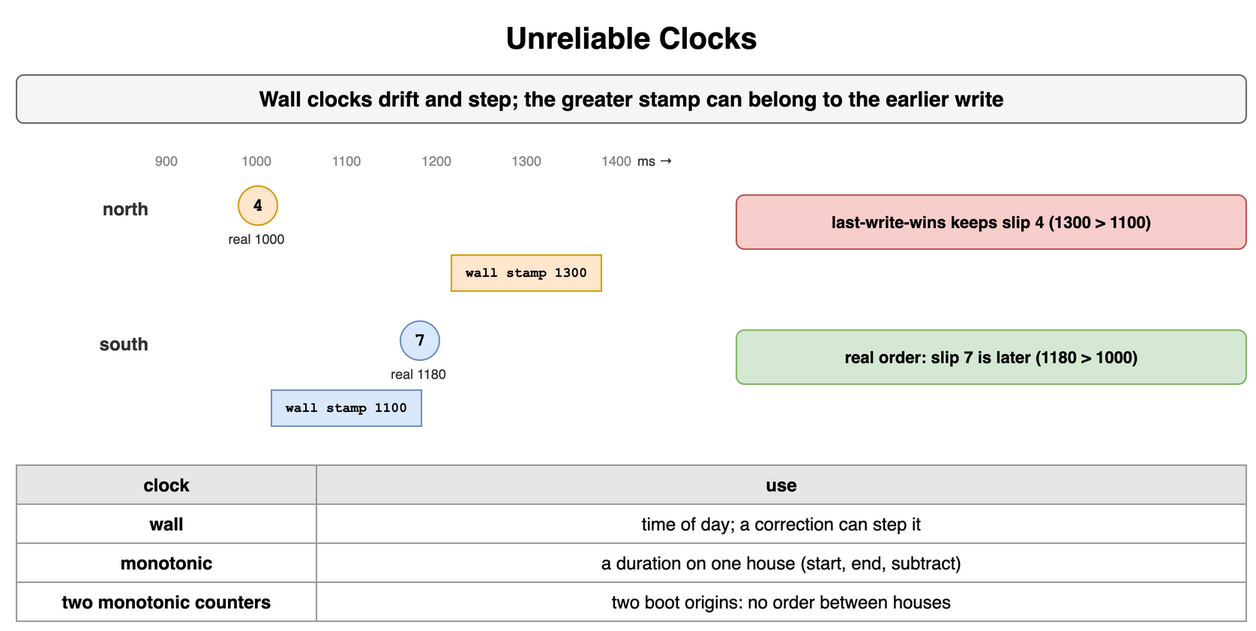
Earlier version of the draw.io export content/09_System_Design_Interview/15_Distributed_System_Failure_Modes/diagrams/failure-modes-4-unreliable-clocks.png (amendez13/swe-study-guide). Source tidied: cells renumbered, new cells last; positions are measured from the earlier drawing's top-left corner, leaving out a move shared by most shapes. Source of this version:
```xml
<mxGraphModel>
  <root>
    <mxCell id="0" />
    <mxCell id="1" parent="0" />
    <mxCell id="2" value="Unreliable Clocks" style="text;html=1;align=center;verticalAlign=middle;whiteSpace=wrap;fontSize=20;fontStyle=1;" parent="1" vertex="1">
      <mxGeometry width="820" height="30" as="geometry" />
    </mxCell>
    <mxCell id="3" value="Wall clocks drift and step; the greater stamp can belong to the earlier write" style="rounded=1;whiteSpace=wrap;html=1;fillColor=#f5f5f5;strokeColor=#666666;fontStyle=1;fontSize=14;" parent="1" vertex="1">
      <mxGeometry y="40" width="820" height="32" as="geometry" />
    </mxCell>
    <mxCell id="4" value="900" style="text;html=1;whiteSpace=wrap;fontSize=11;align=center;verticalAlign=middle;fontSize=9;fontColor=#888;" parent="1" vertex="1">
      <mxGeometry x="85" y="90" width="30" height="14" as="geometry" />
    </mxCell>
    <mxCell id="5" value="1000" style="text;html=1;whiteSpace=wrap;fontSize=11;align=center;verticalAlign=middle;fontSize=9;fontColor=#888;" parent="1" vertex="1">
      <mxGeometry x="145" y="90" width="30" height="14" as="geometry" />
    </mxCell>
    <mxCell id="6" value="1100" style="text;html=1;whiteSpace=wrap;fontSize=11;align=center;verticalAlign=middle;fontSize=9;fontColor=#888;" parent="1" vertex="1">
      <mxGeometry x="205" y="90" width="30" height="14" as="geometry" />
    </mxCell>
    <mxCell id="7" value="1200" style="text;html=1;whiteSpace=wrap;fontSize=11;align=center;verticalAlign=middle;fontSize=9;fontColor=#888;" parent="1" vertex="1">
      <mxGeometry x="265" y="90" width="30" height="14" as="geometry" />
    </mxCell>
    <mxCell id="8" value="1300" style="text;html=1;whiteSpace=wrap;fontSize=11;align=center;verticalAlign=middle;fontSize=9;fontColor=#888;" parent="1" vertex="1">
      <mxGeometry x="325" y="90" width="30" height="14" as="geometry" />
    </mxCell>
    <mxCell id="9" value="1400" style="text;html=1;whiteSpace=wrap;fontSize=11;align=center;verticalAlign=middle;fontSize=9;fontColor=#888;" parent="1" vertex="1">
      <mxGeometry x="385" y="90" width="30" height="14" as="geometry" />
    </mxCell>
    <mxCell id="10" value="north" style="text;html=1;whiteSpace=wrap;fontSize=11;align=right;verticalAlign=middle;fontSize=12;fontColor=#333333;fontStyle=1;" parent="1" vertex="1">
      <mxGeometry y="114" width="90" height="30" as="geometry" />
    </mxCell>
    <mxCell id="11" value="4" style="ellipse;whiteSpace=wrap;html=1;fontStyle=1;fontSize=12;fontFamily=Courier New;fillColor=#ffe6cc;strokeColor=#d79b00;" parent="1" vertex="1">
      <mxGeometry x="148" y="114" width="26" height="26" as="geometry" />
    </mxCell>
    <mxCell id="12" value="real 1000" style="text;html=1;whiteSpace=wrap;fontSize=11;align=center;verticalAlign=middle;fontSize=9;fontColor=#333333;" parent="1" vertex="1">
      <mxGeometry x="130" y="142" width="60" height="14" as="geometry" />
    </mxCell>
    <mxCell id="13" value="wall stamp 1300" style="rounded=0;whiteSpace=wrap;html=1;fontFamily=Courier New;fontStyle=1;fontSize=13;fillColor=#ffe6cc;strokeColor=#d79b00;fontSize=9;" parent="1" vertex="1">
      <mxGeometry x="290" y="160" width="100" height="24" as="geometry" />
    </mxCell>
    <mxCell id="14" value="south" style="text;html=1;whiteSpace=wrap;fontSize=11;align=right;verticalAlign=middle;fontSize=12;fontColor=#333333;fontStyle=1;" parent="1" vertex="1">
      <mxGeometry y="204" width="90" height="30" as="geometry" />
    </mxCell>
    <mxCell id="15" value="7" style="ellipse;whiteSpace=wrap;html=1;fontStyle=1;fontSize=12;fontFamily=Courier New;fillColor=#dae8fc;strokeColor=#6c8ebf;" parent="1" vertex="1">
      <mxGeometry x="256" y="204" width="26" height="26" as="geometry" />
    </mxCell>
    <mxCell id="16" value="real 1180" style="text;html=1;whiteSpace=wrap;fontSize=11;align=center;verticalAlign=middle;fontSize=9;fontColor=#333333;" parent="1" vertex="1">
      <mxGeometry x="238" y="232" width="60" height="14" as="geometry" />
    </mxCell>
    <mxCell id="17" value="wall stamp 1100" style="rounded=0;whiteSpace=wrap;html=1;fontFamily=Courier New;fontStyle=1;fontSize=13;fillColor=#dae8fc;strokeColor=#6c8ebf;fontSize=9;" parent="1" vertex="1">
      <mxGeometry x="170" y="250" width="100" height="24" as="geometry" />
    </mxCell>
    <mxCell id="18" value="ms →" style="text;html=1;whiteSpace=wrap;fontSize=11;align=left;verticalAlign=middle;fontSize=9;fontColor=#333333;" parent="1" vertex="1">
      <mxGeometry x="412" y="90" width="60" height="14" as="geometry" />
    </mxCell>
    <mxCell id="19" value="last-write-wins keeps slip 4 (1300 &gt; 1100)" style="rounded=1;whiteSpace=wrap;html=1;fillColor=#f8cecc;strokeColor=#b85450;fontSize=11;align=center;fontStyle=1;" parent="1" vertex="1">
      <mxGeometry x="480" y="120" width="340" height="36" as="geometry" />
    </mxCell>
    <mxCell id="20" value="real order: slip 7 is later (1180 &gt; 1000)" style="rounded=1;whiteSpace=wrap;html=1;fillColor=#d5e8d4;strokeColor=#82b366;fontSize=11;align=center;fontStyle=1;" parent="1" vertex="1">
      <mxGeometry x="480" y="210" width="340" height="36" as="geometry" />
    </mxCell>
    <mxCell id="21" value="clock" style="whiteSpace=wrap;html=1;fillColor=#e6e6e6;strokeColor=#999999;fontStyle=1;fontSize=12;" parent="1" vertex="1">
      <mxGeometry y="300" width="200" height="26" as="geometry" />
    </mxCell>
    <mxCell id="22" value="use" style="whiteSpace=wrap;html=1;fillColor=#e6e6e6;strokeColor=#999999;fontStyle=1;fontSize=12;" parent="1" vertex="1">
      <mxGeometry x="200" y="300" width="620" height="26" as="geometry" />
    </mxCell>
    <mxCell id="23" value="wall" style="whiteSpace=wrap;html=1;strokeColor=#999999;fontSize=12;fillColor=#ffffff;fontStyle=1;" parent="1" vertex="1">
      <mxGeometry y="326" width="200" height="26" as="geometry" />
    </mxCell>
    <mxCell id="24" value="time of day; a correction can step it" style="whiteSpace=wrap;html=1;strokeColor=#999999;fontSize=12;fillColor=#ffffff;" parent="1" vertex="1">
      <mxGeometry x="200" y="326" width="620" height="26" as="geometry" />
    </mxCell>
    <mxCell id="25" value="monotonic" style="whiteSpace=wrap;html=1;strokeColor=#999999;fontSize=12;fillColor=#ffffff;fontStyle=1;" parent="1" vertex="1">
      <mxGeometry y="352" width="200" height="26" as="geometry" />
    </mxCell>
    <mxCell id="26" value="a duration on one house (start, end, subtract)" style="whiteSpace=wrap;html=1;strokeColor=#999999;fontSize=12;fillColor=#ffffff;" parent="1" vertex="1">
      <mxGeometry x="200" y="352" width="620" height="26" as="geometry" />
    </mxCell>
    <mxCell id="27" value="two monotonic counters" style="whiteSpace=wrap;html=1;strokeColor=#999999;fontSize=12;fillColor=#ffffff;fontStyle=1;" parent="1" vertex="1">
      <mxGeometry y="378" width="200" height="26" as="geometry" />
    </mxCell>
    <mxCell id="28" value="two boot origins: no order between houses" style="whiteSpace=wrap;html=1;strokeColor=#999999;fontSize=12;fillColor=#ffffff;" parent="1" vertex="1">
      <mxGeometry x="200" y="378" width="620" height="26" as="geometry" />
    </mxCell>
  </root>
</mxGraphModel>
```
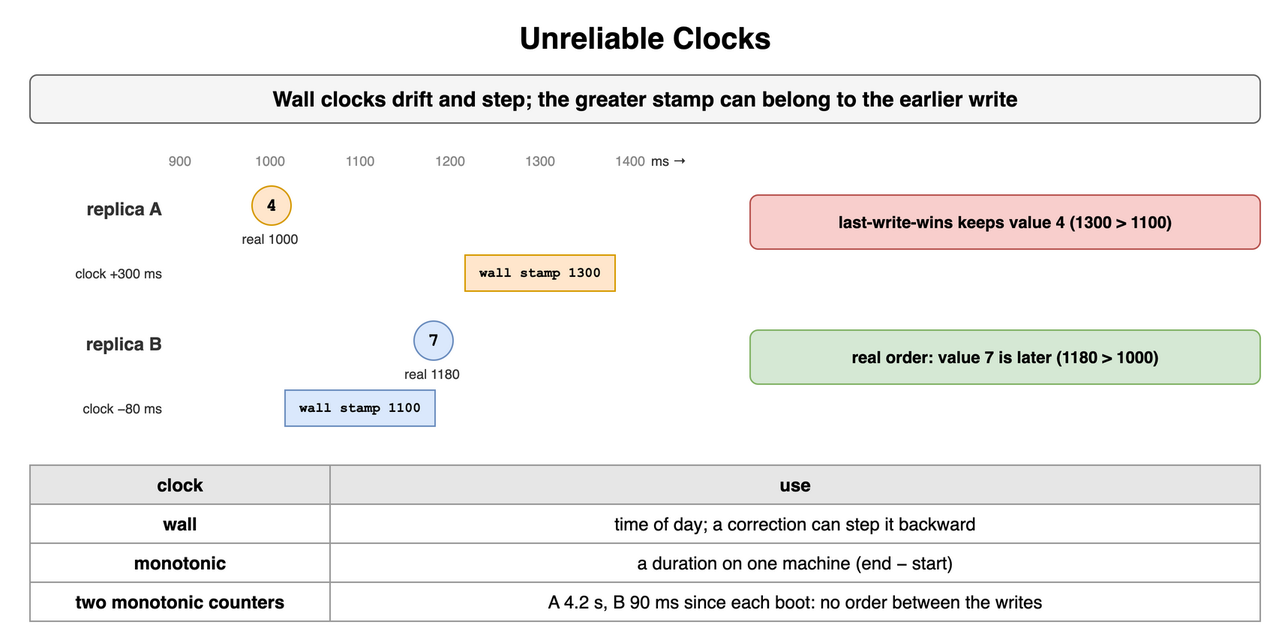
The same diagram one commit later.

Diff of the diagram source:
```diff
@@ -26,8 +26,8 @@
     <mxCell id="9" value="1400" style="text;html=1;whiteSpace=wrap;fontSize=11;align=center;verticalAlign=middle;fontSize=9;fontColor=#888;" parent="1" vertex="1">
       <mxGeometry x="385" y="90" width="30" height="14" as="geometry" />
     </mxCell>
-    <mxCell id="10" value="north" style="text;html=1;whiteSpace=wrap;fontSize=11;align=right;verticalAlign=middle;fontSize=12;fontColor=#333333;fontStyle=1;" parent="1" vertex="1">
-      <mxGeometry y="114" width="90" height="30" as="geometry" />
+    <mxCell id="10" value="replica A" style="text;html=1;whiteSpace=wrap;fontSize=11;align=right;verticalAlign=middle;fontSize=12;fontColor=#333333;fontStyle=1;" parent="1" vertex="1">
+      <mxGeometry x="-10" y="114" width="100" height="30" as="geometry" />
     </mxCell>
     <mxCell id="11" value="4" style="ellipse;whiteSpace=wrap;html=1;fontStyle=1;fontSize=12;fontFamily=Courier New;fillColor=#ffe6cc;strokeColor=#d79b00;" parent="1" vertex="1">
       <mxGeometry x="148" y="114" width="26" height="26" as="geometry" />
@@ -38,50 +38,56 @@
     <mxCell id="13" value="wall stamp 1300" style="rounded=0;whiteSpace=wrap;html=1;fontFamily=Courier New;fontStyle=1;fontSize=13;fillColor=#ffe6cc;strokeColor=#d79b00;fontSize=9;" parent="1" vertex="1">
       <mxGeometry x="290" y="160" width="100" height="24" as="geometry" />
     </mxCell>
-    <mxCell id="14" value="south" style="text;html=1;whiteSpace=wrap;fontSize=11;align=right;verticalAlign=middle;fontSize=12;fontColor=#333333;fontStyle=1;" parent="1" vertex="1">
-      <mxGeometry y="204" width="90" height="30" as="geometry" />
+    <mxCell id="14" value="clock +300 ms" style="text;html=1;whiteSpace=wrap;fontSize=11;align=right;verticalAlign=middle;fontSize=9;fontColor=#333333;" parent="1" vertex="1">
+      <mxGeometry x="-10" y="160" width="100" height="24" as="geometry" />
     </mxCell>
-    <mxCell id="15" value="7" style="ellipse;whiteSpace=wrap;html=1;fontStyle=1;fontSize=12;fontFamily=Courier New;fillColor=#dae8fc;strokeColor=#6c8ebf;" parent="1" vertex="1">
-      <mxGeometry x="256" y="204" width="26" height="26" as="geometry" />
+    <mxCell id="15" value="replica B" style="text;html=1;whiteSpace=wrap;fontSize=11;align=right;verticalAlign=middle;fontSize=12;fontColor=#333333;fontStyle=1;" parent="1" vertex="1">
+      <mxGeometry x="-10" y="204" width="100" height="30" as="geometry" />
     </mxCell>
-    <mxCell id="16" value="real 1180" style="text;html=1;whiteSpace=wrap;fontSize=11;align=center;verticalAlign=middle;fontSize=9;fontColor=#333333;" parent="1" vertex="1">
-      <mxGeometry x="238" y="232" width="60" height="14" as="geometry" />
+    <mxCell id="16" value="7" style="ellipse;whiteSpace=wrap;html=1;fontStyle=1;fontSize=12;fontFamily=Courier New;fillColor=#dae8fc;strokeColor=#6c8ebf;" parent="1" vertex="1">
+      <mxGeometry x="256" y="204" width="26" height="26" as="geometry" />
     </mxCell>
-    <mxCell id="17" value="wall stamp 1100" style="rounded=0;whiteSpace=wrap;html=1;fontFamily=Courier New;fontStyle=1;fontSize=13;fillColor=#dae8fc;strokeColor=#6c8ebf;fontSize=9;" parent="1" vertex="1">
-      <mxGeometry x="170" y="250" width="100" height="24" as="geometry" />
+    <mxCell id="17" value="real 1180" style="text;html=1;whiteSpace=wrap;fontSize=11;align=center;verticalAlign=middle;fontSize=9;fontColor=#333333;" parent="1" vertex="1">
+      <mxGeometry x="238" y="232" width="60" height="14" as="geometry" />
     </mxCell>
-    <mxCell id="18" value="ms →" style="text;html=1;whiteSpace=wrap;fontSize=11;align=left;verticalAlign=middle;fontSize=9;fontColor=#333333;" parent="1" vertex="1">
-      <mxGeometry x="412" y="90" width="60" height="14" as="geometry" />
+    <mxCell id="18" value="wall stamp 1100" style="rounded=0;whiteSpace=wrap;html=1;fontFamily=Courier New;fontStyle=1;fontSize=13;fillColor=#dae8fc;strokeColor=#6c8ebf;fontSize=9;" parent="1" vertex="1">
+      <mxGeometry x="170" y="250" width="100" height="24" as="geometry" />
     </mxCell>
-    <mxCell id="19" value="last-write-wins keeps slip 4 (1300 &gt; 1100)" style="rounded=1;whiteSpace=wrap;html=1;fillColor=#f8cecc;strokeColor=#b85450;fontSize=11;align=center;fontStyle=1;" parent="1" vertex="1">
-      <mxGeometry x="480" y="120" width="340" height="36" as="geometry" />
+    <mxCell id="19" value="clock −80 ms" style="text;html=1;whiteSpace=wrap;fontSize=11;align=right;verticalAlign=middle;fontSize=9;fontColor=#333333;" parent="1" vertex="1">
+      <mxGeometry x="-10" y="250" width="100" height="24" as="geometry" />
     </mxCell>
-    <mxCell id="20" value="real order: slip 7 is later (1180 &gt; 1000)" style="rounded=1;whiteSpace=wrap;html=1;fillColor=#d5e8d4;strokeColor=#82b366;fontSize=11;align=center;fontStyle=1;" parent="1" vertex="1">
-      <mxGeometry x="480" y="210" width="340" height="36" as="geometry" />
+    <mxCell id="20" value="ms →" style="text;html=1;whiteSpace=wrap;fontSize=11;align=left;verticalAlign=middle;fontSize=9;fontColor=#333333;" parent="1" vertex="1">
+      <mxGeometry x="412" y="90" width="60" height="14" as="geometry" />
     </mxCell>
-    <mxCell id="21" value="clock" style="whiteSpace=wrap;html=1;fillColor=#e6e6e6;strokeColor=#999999;fontStyle=1;fontSize=12;" parent="1" vertex="1">
-      <mxGeometry y="300" width="200" height="26" as="geometry" />
+    <mxCell id="21" value="last-write-wins keeps value 4 (1300 &gt; 1100)" style="rounded=1;whiteSpace=wrap;html=1;fillColor=#f8cecc;strokeColor=#b85450;fontSize=11;align=center;fontStyle=1;" parent="1" vertex="1">
+      <mxGeometry x="480" y="120" width="340" height="36" as="geometry" />
     </mxCell>
-    <mxCell id="22" value="use" style="whiteSpace=wrap;html=1;fillColor=#e6e6e6;strokeColor=#999999;fontStyle=1;fontSize=12;" parent="1" vertex="1">
-      <mxGeometry x="200" y="300" width="620" height="26" as="geometry" />
+    <mxCell id="22" value="real order: value 7 is later (1180 &gt; 1000)" style="rounded=1;whiteSpace=wrap;html=1;fillColor=#d5e8d4;strokeColor=#82b366;fontSize=11;align=center;fontStyle=1;" parent="1" vertex="1">
+      <mxGeometry x="480" y="210" width="340" height="36" as="geometry" />
     </mxCell>
-    <mxCell id="23" value="wall" style="whiteSpace=wrap;html=1;strokeColor=#999999;fontSize=12;fillColor=#ffffff;fontStyle=1;" parent="1" vertex="1">
-      <mxGeometry y="326" width="200" height="26" as="geometry" />
+    <mxCell id="23" value="clock" style="whiteSpace=wrap;html=1;fillColor=#e6e6e6;strokeColor=#999999;fontStyle=1;fontSize=12;" parent="1" vertex="1">
+      <mxGeometry y="300" width="200" height="26" as="geometry" />
     </mxCell>
-    <mxCell id="24" value="time of day; a correction can step it" style="whiteSpace=wrap;html=1;strokeColor=#999999;fontSize=12;fillColor=#ffffff;" parent="1" vertex="1">
-      <mxGeometry x="200" y="326" width="620" height="26" as="geometry" />
+    <mxCell id="24" value="use" style="whiteSpace=wrap;html=1;fillColor=#e6e6e6;strokeColor=#999999;fontStyle=1;fontSize=12;" parent="1" vertex="1">
+      <mxGeometry x="200" y="300" width="620" height="26" as="geometry" />
     </mxCell>
-    <mxCell id="25" value="monotonic" style="whiteSpace=wrap;html=1;strokeColor=#999999;fontSize=12;fillColor=#ffffff;fontStyle=1;" parent="1" vertex="1">
-      <mxGeometry y="352" width="200" height="26" as="geometry" />
+    <mxCell id="25" value="wall" style="whiteSpace=wrap;html=1;strokeColor=#999999;fontSize=12;fillColor=#ffffff;fontStyle=1;" parent="1" vertex="1">
+      <mxGeometry y="326" width="200" height="26" as="geometry" />
     </mxCell>
-    <mxCell id="26" value="a duration on one house (start, end, subtract)" style="whiteSpace=wrap;html=1;strokeColor=#999999;fontSize=12;fillColor=#ffffff;" parent="1" vertex="1">
-      <mxGeometry x="200" y="352" width="620" height="26" as="geometry" />
+    <mxCell id="26" value="time of day; a correction can step it backward" style="whiteSpace=wrap;html=1;strokeColor=#999999;fontSize=12;fillColor=#ffffff;" parent="1" vertex="1">
+      <mxGeometry x="200" y="326" width="620" height="26" as="geometry" />
     </mxCell>
-    <mxCell id="27" value="two monotonic counters" style="whiteSpace=wrap;html=1;strokeColor=#999999;fontSize=12;fillColor=#ffffff;fontStyle=1;" parent="1" vertex="1">
-      <mxGeometry y="378" width="200" height="26" as="geometry" />
+    <mxCell id="27" value="monotonic" style="whiteSpace=wrap;html=1;strokeColor=#999999;fontSize=12;fillColor=#ffffff;fontStyle=1;" parent="1" vertex="1">
+      <mxGeometry y="352" width="200" height="26" as="geometry" />
     </mxCell>
-    <mxCell id="28" value="two boot origins: no order between houses" style="whiteSpace=wrap;html=1;strokeColor=#999999;fontSize=12;fillColor=#ffffff;" parent="1" vertex="1">
-      <mxGeometry x="200" y="378" width="620" height="26" as="geometry" />
+    <mxCell id="28" value="a duration on one machine (end − start)" style="whiteSpace=wrap;html=1;strokeColor=#999999;fontSize=12;fillColor=#ffffff;" parent="1" vertex="1">
+      <mxGeometry x="200" y="352" width="620" height="26" as="geometry" />
     </mxCell>
+    <mxCell id="29" value="two monotonic counters" style="whiteSpace=wrap;html=1;strokeColor=#999999;fontSize=12;fillColor=#ffffff;fontStyle=1;" parent="1" vertex="1">
+      <mxGeometry y="378" width="200" height="26" as="geometry" />
+    </mxCell>
+    <mxCell id="30" value="A 4.2 s, B 90 ms since each boot: no order between the writes" style="whiteSpace=wrap;html=1;strokeColor=#999999;fontSize=12;fillColor=#ffffff;" parent="1" vertex="1">
+      <mxGeometry x="200" y="378" width="620" height="26" as="geometry" />
+    </mxCell>
   </root>
 </mxGraphModel>
```
